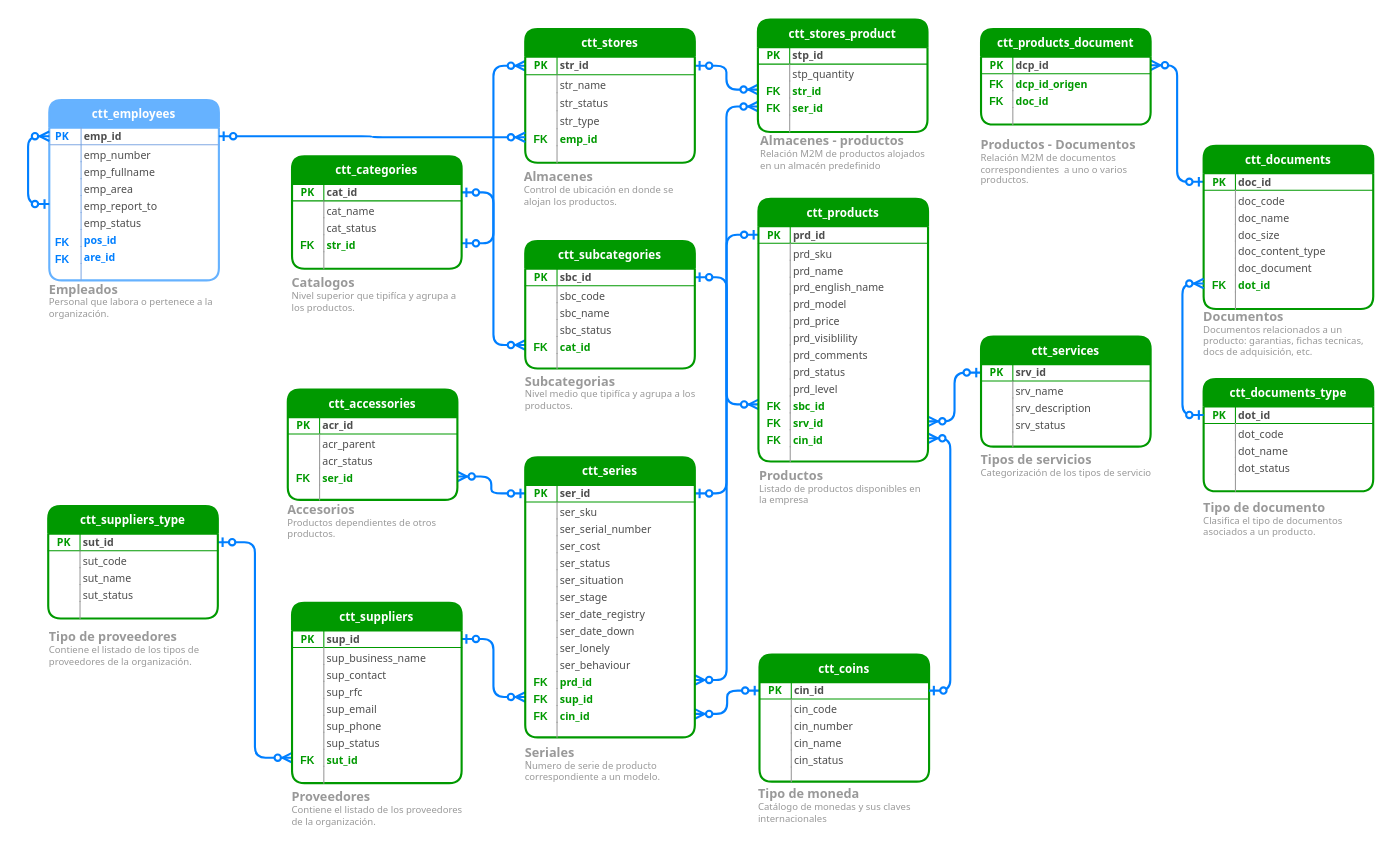
Above: page "Productos" (2 of 5) of _desarrollo/archivos_info/CTTRentals entidad relacion.drawio in juarezjorr/TesteoCire (draw.io), before the change. Source tidied: cells renumbered, new cells numbered last; positions are measured from the earlier drawing's top-left corner, leaving out a move shared by most shapes. Both pictures are drawn from the tidied source at 106%, with x=0, y=0 at pixel (48, 19).
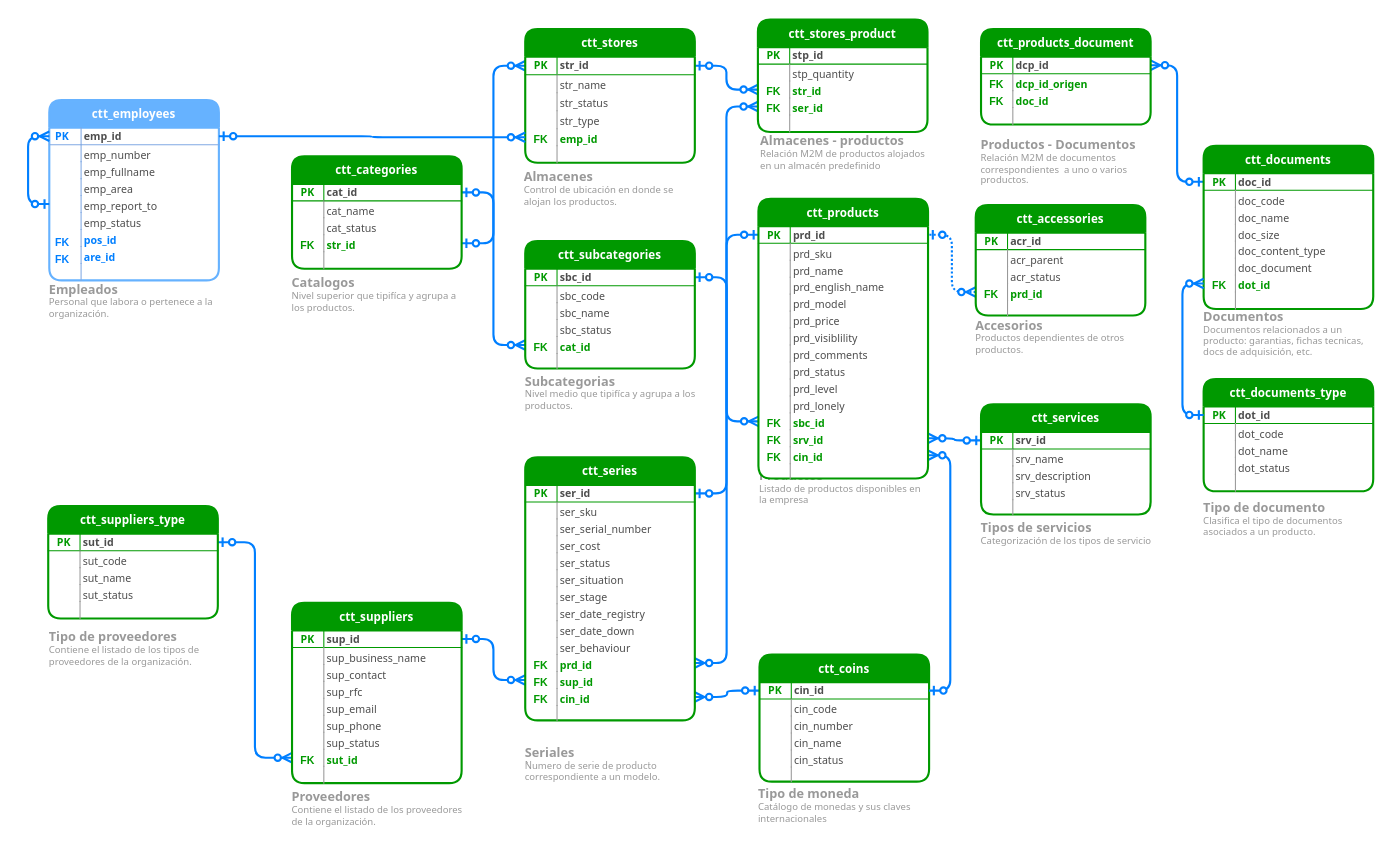
After the change.

The change refers to these unchanged cells:
```xml
<mxCell id="38" value="ctt_accessories" style="swimlane;fontStyle=1;horizontal=1;startSize=26;swimlaneFillColor=#ffffff;align=center;fontSize=11;strokeWidth=2;rounded=1;fontColor=#FFFFFF;fontFamily=Tahoma;fillColor=#009900;strokeColor=#009900;" parent="37" vertex="1">
  <mxGeometry width="160" height="104.1" as="geometry" />
</mxCell>
<mxCell id="163" style="group;" parent="1" vertex="1">
  <mxGeometry x="670" y="169" width="160.5" height="293.3" as="geometry" />
</mxCell>
<mxCell id="166" value="prd_id" style="shape=partialRectangle;top=0;left=0;right=0;bottom=1;align=left;verticalAlign=middle;fillColor=none;spacingLeft=33;spacingRight=0;overflow=hidden;points=[[0,0.5],[1,0.5]];portConstraint=eastwest;fontStyle=1;fontSize=10;fontFamily=Tahoma;strokeColor=#009900;spacing=0;fontColor=#4D4D4D;" parent="165" vertex="1">
  <mxGeometry y="26" width="160" height="16" as="geometry" />
</mxCell>
<mxCell id="194" style="group;" parent="1" vertex="1">
  <mxGeometry x="450" y="413" width="160" height="310" as="geometry" />
</mxCell>
<mxCell id="196" value="ser_id" style="shape=partialRectangle;top=0;left=0;right=0;bottom=1;align=left;verticalAlign=middle;fillColor=none;spacingLeft=33;spacingRight=0;overflow=hidden;points=[[0,0.5],[1,0.5]];portConstraint=eastwest;fontStyle=1;fontSize=10;fontFamily=Tahoma;strokeColor=#009900;spacing=0;fontColor=#4D4D4D;" parent="195" vertex="1">
  <mxGeometry y="26" width="160" height="16" as="geometry" />
</mxCell>
```

What changed in the source:
```diff
@@
-    <mxCell id="36" style="edgeStyle=orthogonalEdgeStyle;rounded=1;jettySize=auto;html=1;entryX=0;entryY=0.5;entryDx=0;entryDy=0;fontFamily=Tahoma;fontSize=10;fontColor=#007FFF;strokeColor=#007FFF;strokeWidth=2;endFill=1;endArrow=ERzeroToOne;startFill=1;startArrow=ERzeroToMany;exitX=1;exitY=0.5;exitDx=0;exitDy=0;" parent="1" edge="1" source="45" target="196">
+    <mxCell id="36" style="edgeStyle=orthogonalEdgeStyle;rounded=1;jettySize=auto;html=1;entryX=1;entryY=0.5;entryDx=0;entryDy=0;fontFamily=Tahoma;fontSize=10;fontColor=#007FFF;strokeColor=#007FFF;strokeWidth=2;endFill=1;endArrow=ERzeroToOne;startFill=1;startArrow=ERzeroToMany;exitX=0;exitY=0.5;exitDx=0;exitDy=0;dashed=1;dashPattern=1 1;" parent="1" edge="1" source="45" target="166">
       <mxGeometry relative="1" as="geometry" />
     </mxCell>
     <mxCell id="37" style="group;" parent="1" vertex="1">
-      <mxGeometry x="226" y="349" width="160" height="145" as="geometry" />
+      <mxGeometry x="875" y="175" width="160" height="145" as="geometry" />
     </mxCell>
@@
-    <mxCell id="45" value="ser_id" style="shape=partialRectangle;top=0;left=0;right=0;bottom=0;align=left;verticalAlign=top;fillColor=none;spacingLeft=33;spacingRight=0;overflow=hidden;points=[[0,0.5],[1,0.5]];portConstraint=eastwest;fontSize=10;fontFamily=Tahoma;spacing=0;fontStyle=1;fontColor=#009900;" parent="38" vertex="1">
+    <mxCell id="45" value="prd_id" style="shape=partialRectangle;top=0;left=0;right=0;bottom=0;align=left;verticalAlign=top;fillColor=none;spacingLeft=33;spacingRight=0;overflow=hidden;points=[[0,0.5],[1,0.5]];portConstraint=eastwest;fontSize=10;fontFamily=Tahoma;spacing=0;fontStyle=1;fontColor=#009900;" parent="38" vertex="1">
       <mxGeometry y="74" width="160" height="16" as="geometry" />
     </mxCell>
@@
     <mxCell id="149" style="group;" parent="1" vertex="1">
-      <mxGeometry x="880" y="299" width="160" height="147" as="geometry" />
+      <mxGeometry x="880" y="363" width="160" height="147" as="geometry" />
     </mxCell>
@@
     <mxCell id="165" value="ctt_products" style="swimlane;fontStyle=1;horizontal=1;startSize=26;swimlaneFillColor=#ffffff;align=center;fontSize=11;strokeWidth=2;rounded=1;fontColor=#FFFFFF;fontFamily=Tahoma;fillColor=#009900;strokeColor=#009900;" parent="163" vertex="1">
-      <mxGeometry width="160" height="247.9" as="geometry" />
+      <mxGeometry width="160" height="263.9" as="geometry" />
     </mxCell>
@@
+    <mxCell id="275" value="prd_lonely" style="shape=partialRectangle;top=0;left=0;right=0;bottom=0;align=left;verticalAlign=top;fillColor=none;spacingLeft=33;spacingRight=0;overflow=hidden;fontSize=10;fontFamily=Tahoma;spacing=0;dashed=1;strokeColor=#80A9E3;fontColor=#4D4D4D;" parent="165" vertex="1">
+      <mxGeometry y="186" width="160" height="16" as="geometry" />
+    </mxCell>
+    <mxCell id="215" style="shape=partialRectangle;top=0;left=0;bottom=0;fillColor=none;align=left;verticalAlign=top;spacingLeft=4;spacingRight=4;overflow=hidden;fontSize=12;strokeColor=#999999;" parent="275" vertex="1">
+      <mxGeometry width="30" height="16" as="geometry" />
+    </mxCell>
     <mxCell id="186" value="sbc_id" style="shape=partialRectangle;top=0;left=0;right=0;bottom=0;align=left;verticalAlign=top;fillColor=none;spacingLeft=33;spacingRight=0;overflow=hidden;points=[[0,0.5],[1,0.5]];portConstraint=eastwest;fontSize=10;fontFamily=Tahoma;spacing=0;fontStyle=1;fontColor=#009900;" parent="165" vertex="1">
-      <mxGeometry y="186" width="160" height="16" as="geometry" />
+      <mxGeometry y="202" width="160" height="16" as="geometry" />
     </mxCell>
@@
     <mxCell id="188" value="srv_id" style="shape=partialRectangle;top=0;left=0;right=0;bottom=0;align=left;verticalAlign=top;fillColor=none;spacingLeft=33;spacingRight=0;overflow=hidden;points=[[0,0.5],[1,0.5]];portConstraint=eastwest;fontSize=10;fontFamily=Tahoma;spacing=0;fontStyle=1;fontColor=#009900;" parent="165" vertex="1">
-      <mxGeometry y="202" width="160" height="16" as="geometry" />
+      <mxGeometry y="218" width="160" height="16" as="geometry" />
     </mxCell>
@@
     <mxCell id="190" value="cin_id" style="shape=partialRectangle;top=0;left=0;right=0;bottom=0;align=left;verticalAlign=top;fillColor=none;spacingLeft=33;spacingRight=0;overflow=hidden;points=[[0,0.5],[1,0.5]];portConstraint=eastwest;fontSize=10;fontFamily=Tahoma;spacing=0;fontStyle=1;fontColor=#009900;" parent="165" vertex="1">
-      <mxGeometry y="218" width="160" height="16" as="geometry" />
+      <mxGeometry y="234" width="160" height="16" as="geometry" />
     </mxCell>
@@
     <mxCell id="192" style="shape=partialRectangle;top=0;left=0;right=0;bottom=0;align=left;verticalAlign=top;fillColor=none;spacingLeft=33;spacingRight=3;overflow=hidden;fontSize=10;fontFamily=Tahoma;spacing=2;" parent="165" vertex="1">
-      <mxGeometry y="234" width="160" height="13.9" as="geometry" />
+      <mxGeometry y="250" width="160" height="13.9" as="geometry" />
     </mxCell>
@@
     <mxCell id="195" value="ctt_series" style="swimlane;fontStyle=1;horizontal=1;startSize=26;swimlaneFillColor=#ffffff;align=center;fontSize=11;strokeWidth=2;rounded=1;fontColor=#FFFFFF;fontFamily=Tahoma;fillColor=#009900;strokeColor=#009900;" parent="194" vertex="1">
-      <mxGeometry width="160" height="264.1" as="geometry" />
+      <mxGeometry width="160" height="248.1" as="geometry" />
     </mxCell>
@@
-    <mxCell id="214" value="ser_lonely" style="shape=partialRectangle;top=0;left=0;right=0;bottom=0;align=left;verticalAlign=top;fillColor=none;spacingLeft=33;spacingRight=0;overflow=hidden;fontSize=10;fontFamily=Tahoma;spacing=0;dashed=1;strokeColor=#80A9E3;fontColor=#4D4D4D;" parent="195" vertex="1">
-      <mxGeometry y="170" width="160" height="16" as="geometry" />
-    </mxCell>
-    <mxCell id="215" style="shape=partialRectangle;top=0;left=0;bottom=0;fillColor=none;align=left;verticalAlign=top;spacingLeft=4;spacingRight=4;overflow=hidden;fontSize=12;strokeColor=#999999;" parent="214" vertex="1">
-      <mxGeometry width="30" height="16" as="geometry" />
-    </mxCell>
     <mxCell id="216" value="ser_behaviour" style="shape=partialRectangle;top=0;left=0;right=0;bottom=0;align=left;verticalAlign=top;fillColor=none;spacingLeft=33;spacingRight=0;overflow=hidden;fontSize=10;fontFamily=Tahoma;spacing=0;dashed=1;strokeColor=#80A9E3;fontColor=#4D4D4D;" parent="195" vertex="1">
-      <mxGeometry y="186" width="160" height="16" as="geometry" />
+      <mxGeometry y="170" width="160" height="16" as="geometry" />
     </mxCell>
@@
     <mxCell id="218" value="prd_id" style="shape=partialRectangle;top=0;left=0;right=0;bottom=0;align=left;verticalAlign=top;fillColor=none;spacingLeft=33;spacingRight=0;overflow=hidden;points=[[0,0.5],[1,0.5]];portConstraint=eastwest;fontSize=10;fontFamily=Tahoma;spacing=0;fontStyle=1;fontColor=#009900;" parent="195" vertex="1">
-      <mxGeometry y="202" width="160" height="16" as="geometry" />
+      <mxGeometry y="186" width="160" height="16" as="geometry" />
     </mxCell>
@@
     <mxCell id="220" value="sup_id" style="shape=partialRectangle;top=0;left=0;right=0;bottom=0;align=left;verticalAlign=top;fillColor=none;spacingLeft=33;spacingRight=0;overflow=hidden;points=[[0,0.5],[1,0.5]];portConstraint=eastwest;fontSize=10;fontFamily=Tahoma;spacing=0;fontStyle=1;fontColor=#009900;" parent="195" vertex="1">
-      <mxGeometry y="218" width="160" height="16" as="geometry" />
+      <mxGeometry y="202" width="160" height="16" as="geometry" />
     </mxCell>
@@
     <mxCell id="222" value="cin_id" style="shape=partialRectangle;top=0;left=0;right=0;bottom=0;align=left;verticalAlign=top;fillColor=none;spacingLeft=33;spacingRight=0;overflow=hidden;points=[[0,0.5],[1,0.5]];portConstraint=eastwest;fontSize=10;fontFamily=Tahoma;spacing=0;fontStyle=1;fontColor=#009900;" parent="195" vertex="1">
-      <mxGeometry y="234" width="160" height="16" as="geometry" />
+      <mxGeometry y="218" width="160" height="16" as="geometry" />
     </mxCell>
@@
     <mxCell id="224" style="shape=partialRectangle;top=0;left=0;right=0;bottom=0;align=left;verticalAlign=top;fillColor=none;spacingLeft=33;spacingRight=3;overflow=hidden;fontSize=10;fontFamily=Tahoma;spacing=2;" parent="195" vertex="1">
-      <mxGeometry y="250" width="160" height="14.1" as="geometry" />
+      <mxGeometry y="234" width="160" height="14.1" as="geometry" />
     </mxCell>
```
